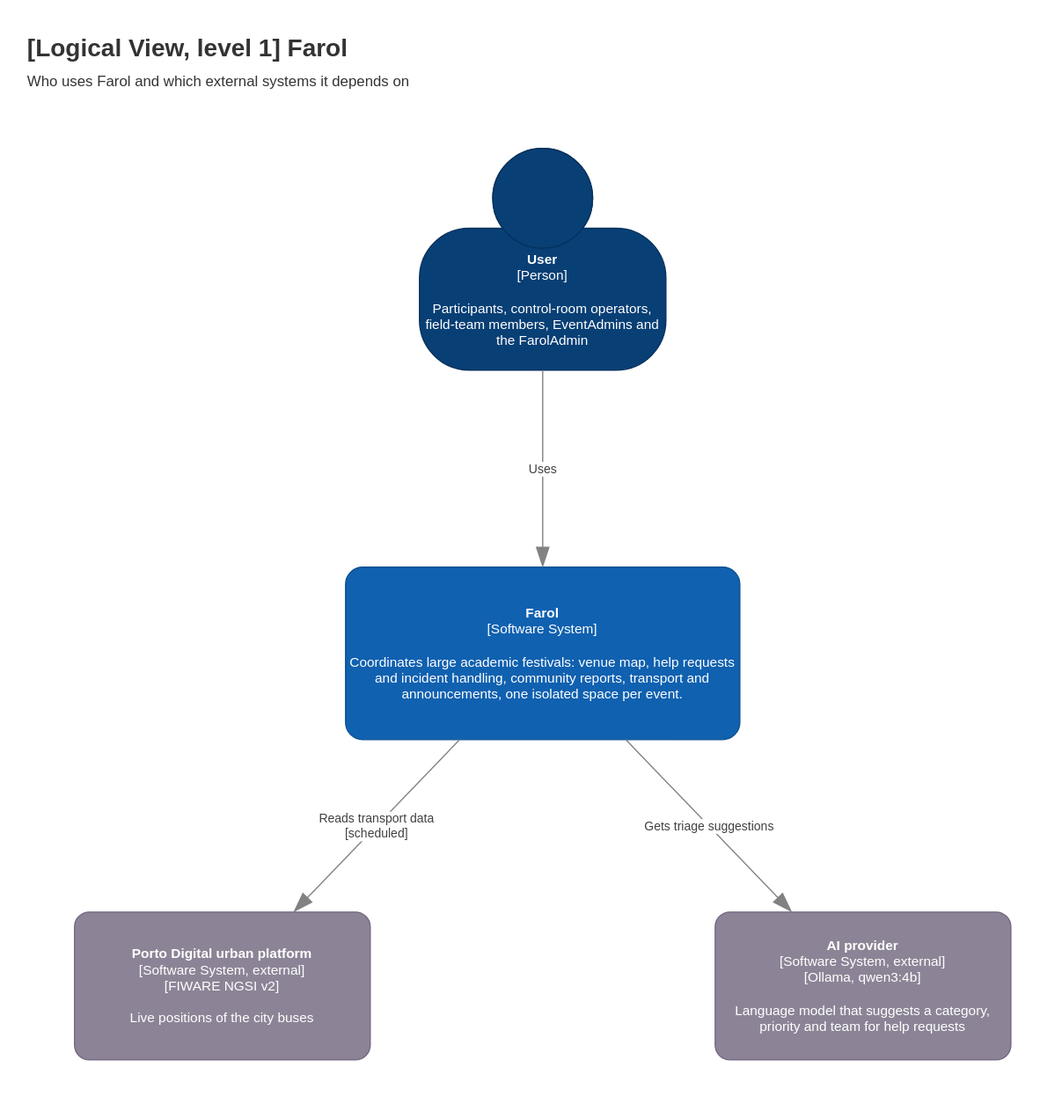
Above: Docs/Technical/diagrams/logical-view-level-1.drawio.svg in tomasoliveira21/LABDSOF (draw.io), before the change. Source tidied: cells renumbered, new cells last; positions are measured from the earlier drawing's top-left corner, leaving out a move shared by most shapes. Its diagram source:
```xml
<mxGraphModel>
  <root>
    <mxCell id="0" />
    <mxCell id="1" parent="0" />
    <mxCell id="2" value="&lt;b&gt;[Logical View, level 1] Farol&lt;/b&gt;&lt;br&gt;&lt;font style=&quot;font-size:12px&quot;&gt;Who uses Farol and which external systems it depends on&lt;/font&gt;" style="text;html=1;align=left;verticalAlign=top;fontSize=20;fontColor=#333333;" parent="1" vertex="1">
      <mxGeometry width="700" height="60" as="geometry" />
    </mxCell>
    <mxCell id="3" value="&lt;b&gt;User&lt;/b&gt;&lt;div&gt;[Person]&lt;/div&gt;&lt;br&gt;&lt;div&gt;Participants, control-room operators, field-team members, EventAdmins and the FarolAdmin&lt;/div&gt;" style="html=1;fontSize=11;dashed=0;whiteSpace=wrap;fillColor=#083F75;strokeColor=#06315C;fontColor=#ffffff;shape=mxgraph.c4.person2;align=center;" parent="1" vertex="1">
      <mxGeometry x="320" y="100" width="200" height="180" as="geometry" />
    </mxCell>
    <mxCell id="4" value="&lt;b&gt;Farol&lt;/b&gt;&lt;div&gt;[Software System]&lt;/div&gt;&lt;br&gt;&lt;div&gt;Coordinates large academic festivals: venue map, help requests and incident handling, community reports, transport and announcements, one isolated space per event.&lt;/div&gt;" style="rounded=1;whiteSpace=wrap;html=1;labelBackgroundColor=none;fillColor=#1061B0;fontColor=#ffffff;align=center;arcSize=10;strokeColor=#0D5091;fontSize=11;" parent="1" vertex="1">
      <mxGeometry x="260" y="440" width="320" height="140" as="geometry" />
    </mxCell>
    <mxCell id="5" value="&lt;b&gt;Porto Digital urban platform&lt;/b&gt;&lt;div&gt;[Software System, external]&lt;/div&gt;&lt;div&gt;[FIWARE NGSI v2]&lt;/div&gt;&lt;br&gt;&lt;div&gt;Live positions of the city buses&lt;/div&gt;" style="rounded=1;whiteSpace=wrap;html=1;labelBackgroundColor=none;fillColor=#8C8496;fontColor=#ffffff;align=center;arcSize=10;strokeColor=#736782;fontSize=11;" parent="1" vertex="1">
      <mxGeometry x="40" y="720" width="240" height="120" as="geometry" />
    </mxCell>
    <mxCell id="6" value="&lt;b&gt;AI provider&lt;/b&gt;&lt;div&gt;[Software System, external]&lt;/div&gt;&lt;div&gt;[Ollama, qwen3:4b]&lt;/div&gt;&lt;br&gt;&lt;div&gt;Language model that suggests a category, priority and team for help requests&lt;/div&gt;" style="rounded=1;whiteSpace=wrap;html=1;labelBackgroundColor=none;fillColor=#8C8496;fontColor=#ffffff;align=center;arcSize=10;strokeColor=#736782;fontSize=11;" parent="1" vertex="1">
      <mxGeometry x="560" y="720" width="240" height="120" as="geometry" />
    </mxCell>
    <mxCell id="7" value="Uses" style="endArrow=blockThin;html=1;fontSize=10;fontColor=#404040;endFill=1;strokeColor=#828282;endSize=14;rounded=0;labelBackgroundColor=#ffffff;" parent="1" edge="1" source="3" target="4">
      <mxGeometry relative="1" as="geometry" />
    </mxCell>
    <mxCell id="8" value="Reads transport data&lt;br&gt;[scheduled]" style="endArrow=blockThin;html=1;fontSize=10;fontColor=#404040;endFill=1;strokeColor=#828282;endSize=14;rounded=0;labelBackgroundColor=#ffffff;" parent="1" edge="1" source="4" target="5">
      <mxGeometry relative="1" as="geometry" />
    </mxCell>
    <mxCell id="9" value="Gets triage suggestions" style="endArrow=blockThin;html=1;fontSize=10;fontColor=#404040;endFill=1;strokeColor=#828282;endSize=14;rounded=0;labelBackgroundColor=#ffffff;" parent="1" edge="1" source="4" target="6">
      <mxGeometry relative="1" as="geometry" />
    </mxCell>
  </root>
</mxGraphModel>
```
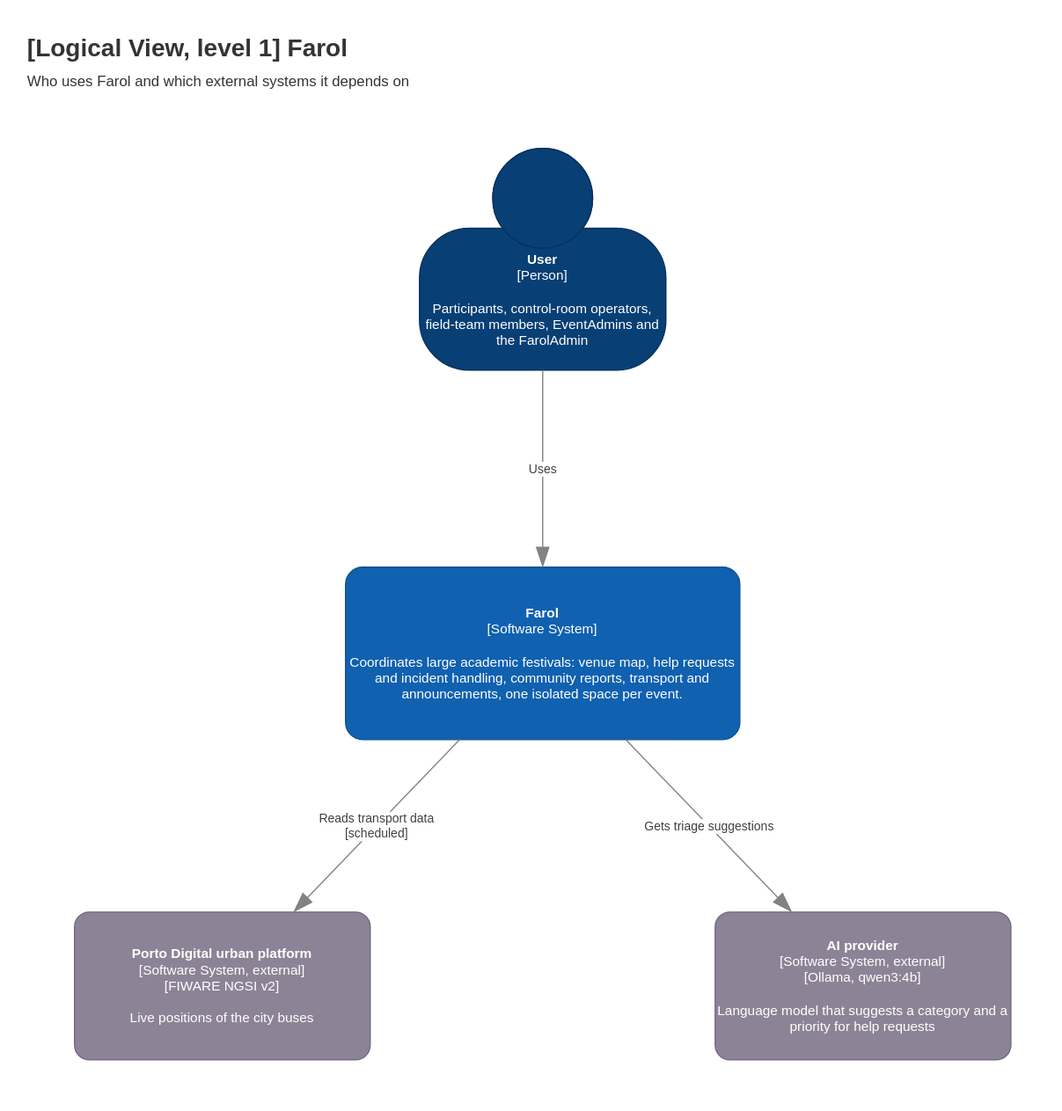
After the change.

Change to the diagram source:
```diff
@@ -14,7 +14,7 @@
     <mxCell id="5" value="&lt;b&gt;Porto Digital urban platform&lt;/b&gt;&lt;div&gt;[Software System, external]&lt;/div&gt;&lt;div&gt;[FIWARE NGSI v2]&lt;/div&gt;&lt;br&gt;&lt;div&gt;Live positions of the city buses&lt;/div&gt;" style="rounded=1;whiteSpace=wrap;html=1;labelBackgroundColor=none;fillColor=#8C8496;fontColor=#ffffff;align=center;arcSize=10;strokeColor=#736782;fontSize=11;" parent="1" vertex="1">
       <mxGeometry x="40" y="720" width="240" height="120" as="geometry" />
     </mxCell>
-    <mxCell id="6" value="&lt;b&gt;AI provider&lt;/b&gt;&lt;div&gt;[Software System, external]&lt;/div&gt;&lt;div&gt;[Ollama, qwen3:4b]&lt;/div&gt;&lt;br&gt;&lt;div&gt;Language model that suggests a category, priority and team for help requests&lt;/div&gt;" style="rounded=1;whiteSpace=wrap;html=1;labelBackgroundColor=none;fillColor=#8C8496;fontColor=#ffffff;align=center;arcSize=10;strokeColor=#736782;fontSize=11;" parent="1" vertex="1">
+    <mxCell id="6" value="&lt;b&gt;AI provider&lt;/b&gt;&lt;div&gt;[Software System, external]&lt;/div&gt;&lt;div&gt;[Ollama, qwen3:4b]&lt;/div&gt;&lt;br&gt;&lt;div&gt;Language model that suggests a category and a priority for help requests&lt;/div&gt;" style="rounded=1;whiteSpace=wrap;html=1;labelBackgroundColor=none;fillColor=#8C8496;fontColor=#ffffff;align=center;arcSize=10;strokeColor=#736782;fontSize=11;" parent="1" vertex="1">
       <mxGeometry x="560" y="720" width="240" height="120" as="geometry" />
     </mxCell>
     <mxCell id="7" value="Uses" style="endArrow=blockThin;html=1;fontSize=10;fontColor=#404040;endFill=1;strokeColor=#828282;endSize=14;rounded=0;labelBackgroundColor=#ffffff;" parent="1" edge="1" source="3" target="4">
```
